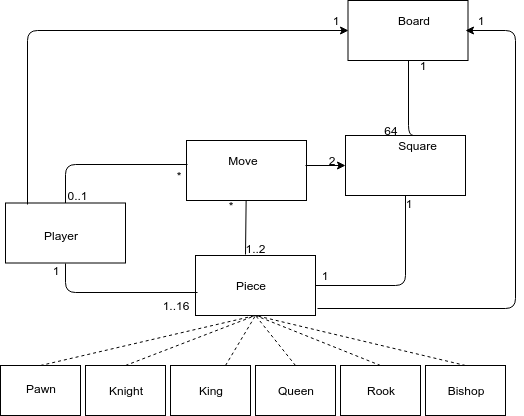
Above: documentation/Chess Engine Diagram.png in antlammi/ChessAI_TiRa (draw.io), before the change. Source tidied: cells renumbered, new cells last; positions are measured from the earlier drawing's top-left corner, leaving out a move shared by most shapes.
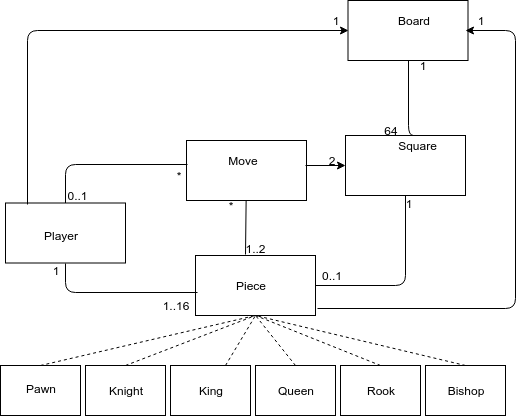
The same file after the commit.

What changed in the source:
```diff
@@ -113,8 +113,8 @@
     <mxCell id="33" value="1" style="text;html=1;strokeColor=none;fillColor=none;align=center;verticalAlign=middle;whiteSpace=wrap;rounded=0;" parent="1" vertex="1">
       <mxGeometry x="394" y="197.5" width="28" height="10" as="geometry" />
     </mxCell>
-    <mxCell id="34" value="1" style="text;html=1;strokeColor=none;fillColor=none;align=center;verticalAlign=middle;whiteSpace=wrap;rounded=0;" parent="1" vertex="1">
-      <mxGeometry x="310" y="270" width="28" height="10" as="geometry" />
+    <mxCell id="34" value="0..1" style="text;html=1;strokeColor=none;fillColor=none;align=center;verticalAlign=middle;whiteSpace=wrap;rounded=0;" parent="1" vertex="1">
+      <mxGeometry x="317" y="270" width="28" height="10" as="geometry" />
     </mxCell>
     <mxCell id="35" value="2" style="text;html=1;strokeColor=none;fillColor=none;align=center;verticalAlign=middle;whiteSpace=wrap;rounded=0;" parent="1" vertex="1">
       <mxGeometry x="317" y="155" width="28" height="10" as="geometry" />
```
